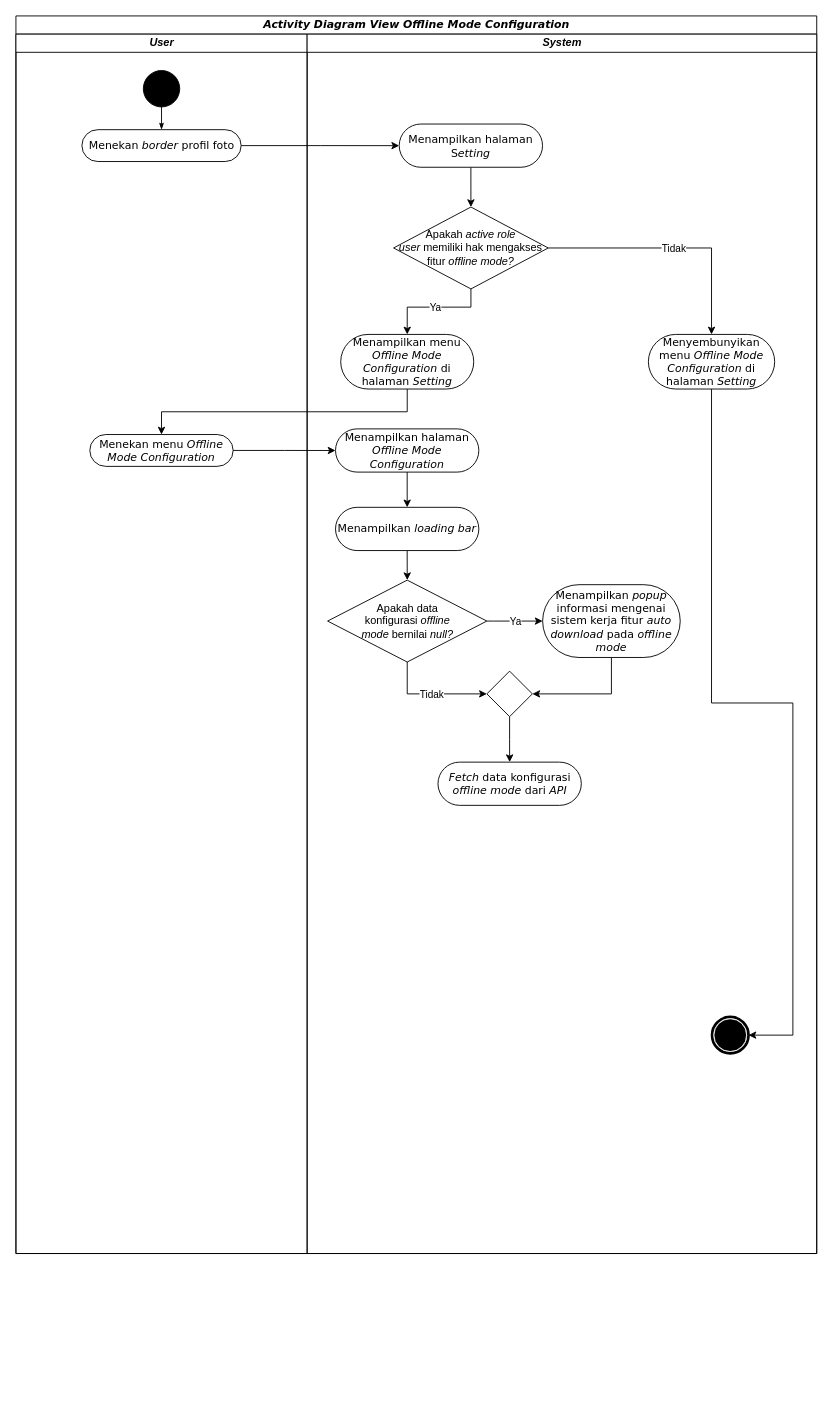
The draw.io diagram diagrams/06. view_offline_mode_config/Activity Diagram.drawio in angeliawidjaja/offline-mode-paper, before the edit. Source tidied: cells renumbered, new cells numbered last; positions are measured from the earlier drawing's top-left corner, leaving out a move shared by most shapes. Both pictures are drawn from the tidied source at 91%, with x=0, y=0 at pixel (15, 15).
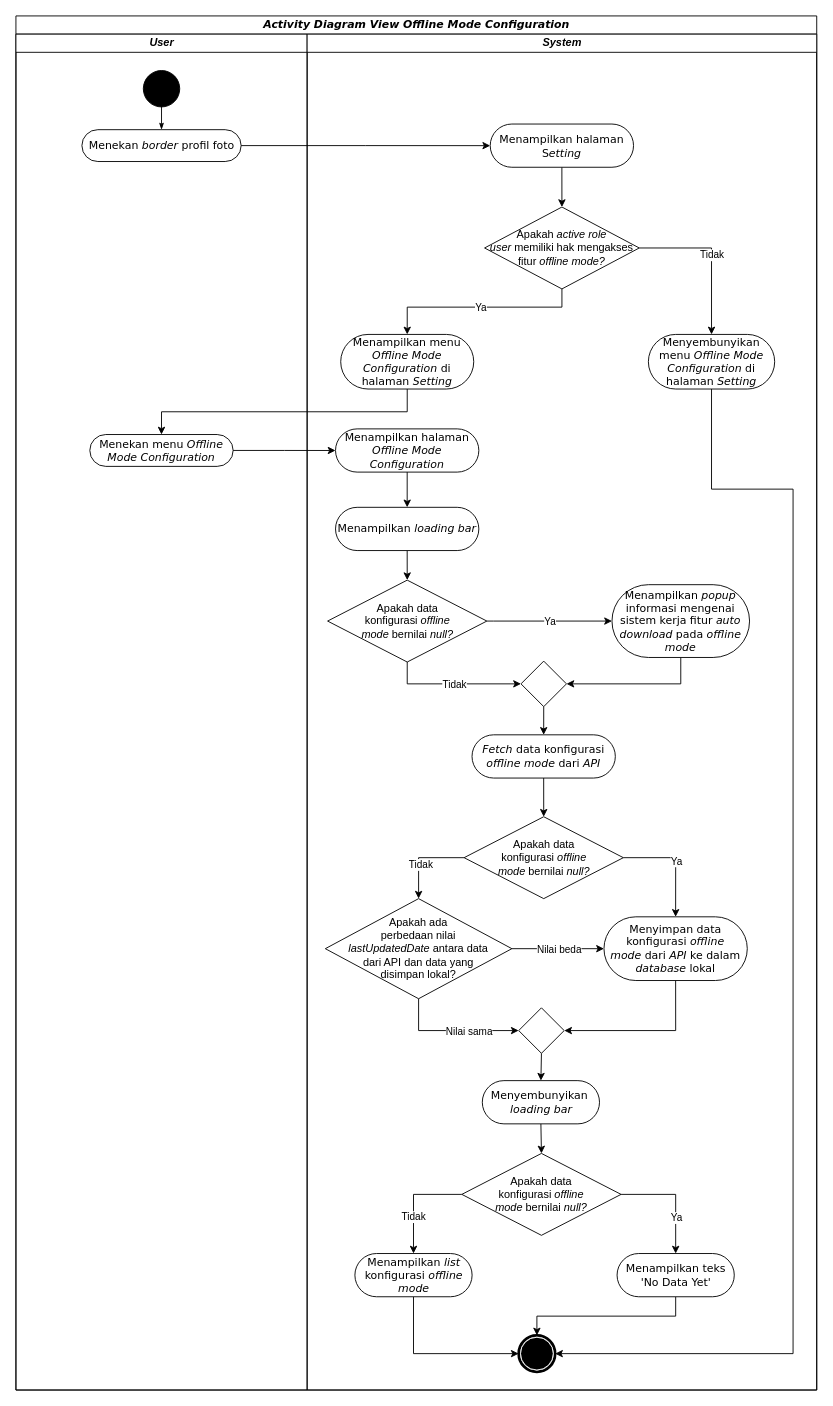
The same diagram, later.

The change refers to these unchanged cells:
```xml
<mxCell id="15" value="Menyembunyikan menu &lt;i&gt;Offline Mode Configuration &lt;/i&gt;di halaman &lt;i&gt;Setting&lt;/i&gt;" style="rounded=1;whiteSpace=wrap;html=1;shadow=0;comic=0;labelBackgroundColor=none;strokeWidth=1;fontFamily=Verdana;fontSize=12;align=center;arcSize=50;" parent="11" vertex="1">
  <mxGeometry x="375" y="330" width="138.8" height="60" as="geometry" />
</mxCell>
<mxCell id="20" value="Menampilkan menu &lt;i&gt;Offline Mode Configuration &lt;/i&gt;di halaman &lt;i&gt;Setting&lt;/i&gt;" style="rounded=1;whiteSpace=wrap;html=1;shadow=0;comic=0;labelBackgroundColor=none;strokeWidth=1;fontFamily=Verdana;fontSize=12;align=center;arcSize=50;" parent="11" vertex="1">
  <mxGeometry x="36.9" y="330" width="146.2" height="60" as="geometry" />
</mxCell>
<mxCell id="27" value="Apakah data &lt;br&gt;konfigurasi &lt;i&gt;offline &lt;br&gt;mode&lt;/i&gt;&amp;nbsp;bernilai &lt;i&gt;null?&lt;/i&gt;" style="rhombus;whiteSpace=wrap;html=1;" parent="11" vertex="1">
  <mxGeometry x="22.5" y="600" width="175" height="90" as="geometry" />
</mxCell>
```

What changed in the source:
```diff
@@
     <mxCell id="2" value="&lt;i&gt;Activity Diagram&lt;/i&gt;&amp;nbsp;&lt;i&gt;View Offline Mode Configuration&lt;/i&gt;" style="swimlane;html=1;startSize=20;rounded=0;shadow=0;comic=0;labelBackgroundColor=none;strokeWidth=1;fontFamily=Verdana;fontSize=12;align=center;" parent="1" vertex="1">
-      <mxGeometry width="880" height="1360" as="geometry" />
+      <mxGeometry width="880" height="1510" as="geometry" />
     </mxCell>
     <mxCell id="3" value="&lt;i&gt;User&lt;/i&gt;" style="swimlane;html=1;startSize=20;" parent="2" vertex="1">
-      <mxGeometry y="20" width="320" height="1340" as="geometry" />
+      <mxGeometry y="20" width="320" height="1490" as="geometry" />
     </mxCell>
@@
     <mxCell id="11" value="&lt;i&gt;System&lt;/i&gt;" style="swimlane;html=1;startSize=20;" parent="2" vertex="1">
-      <mxGeometry x="320" y="20" width="560" height="1340" as="geometry" />
+      <mxGeometry x="320" y="20" width="560" height="1490" as="geometry" />
     </mxCell>
     <mxCell id="12" style="shape=mxgraph.bpmn.shape;html=1;verticalLabelPosition=bottom;labelBackgroundColor=#ffffff;verticalAlign=top;perimeter=ellipsePerimeter;outline=end;symbol=terminate;rounded=0;shadow=0;comic=0;strokeWidth=1;fontFamily=Verdana;fontSize=12;align=center;" parent="11" vertex="1">
-      <mxGeometry x="445" y="1080" width="40" height="40" as="geometry" />
+      <mxGeometry x="232.5" y="1430" width="40" height="40" as="geometry" />
     </mxCell>
     <mxCell id="13" value="Apakah &lt;i&gt;active role user&lt;/i&gt;&amp;nbsp;memiliki hak mengakses fitur &lt;i&gt;offline mode?&lt;/i&gt;" style="rhombus;whiteSpace=wrap;html=1;" parent="11" vertex="1">
-      <mxGeometry x="95" y="190" width="170" height="90" as="geometry" />
+      <mxGeometry x="195" y="190" width="170" height="90" as="geometry" />
     </mxCell>
     <mxCell id="14" style="edgeStyle=orthogonalEdgeStyle;rounded=0;jettySize=auto;html=1;exitX=0.5;exitY=1;exitDx=0;exitDy=0;entryX=1;entryY=0.5;entryDx=0;entryDy=0;" parent="11" edge="1" source="15" target="12">
-      <mxGeometry relative="1" as="geometry" />
+      <mxGeometry relative="1" as="geometry">
+        <Array as="points">
+          <mxPoint x="444" y="500" />
+          <mxPoint x="534" y="500" />
+          <mxPoint x="534" y="1450" />
+        </Array>
+      </mxGeometry>
     </mxCell>
@@
     <mxCell id="16" style="endArrow=classic;html=1;rounded=0;exitX=0.5;exitY=1;exitDx=0;exitDy=0;edgeStyle=orthogonalEdgeStyle;entryX=0.5;entryY=0;entryDx=0;entryDy=0;" parent="11" edge="1" source="13" target="20">
       <mxGeometry relative="1" as="geometry">
         <Array as="points">
-          <mxPoint x="180" y="300" />
+          <mxPoint x="280" y="300" />
           <mxPoint x="110" y="300" />
         </Array>
       </mxGeometry>
     </mxCell>
@@
     <mxCell id="22" value="Menampilkan halaman S&lt;i&gt;etting&lt;/i&gt;" style="rounded=1;whiteSpace=wrap;html=1;shadow=0;comic=0;labelBackgroundColor=none;strokeWidth=1;fontFamily=Verdana;fontSize=12;align=center;arcSize=50;" parent="11" vertex="1">
-      <mxGeometry x="101.2" y="98.8" width="157.5" height="47.5" as="geometry" />
+      <mxGeometry x="201.2" y="98.8" width="157.5" height="47.5" as="geometry" />
     </mxCell>
@@
     <mxCell id="29" value="Menampilkan &lt;i&gt;popup &lt;/i&gt;informasi mengenai sistem kerja fitur &lt;i&gt;auto download &lt;/i&gt;pada &lt;i&gt;offline mode&lt;/i&gt;" style="rounded=1;whiteSpace=wrap;html=1;shadow=0;comic=0;labelBackgroundColor=none;strokeWidth=1;fontFamily=Verdana;fontSize=12;align=center;arcSize=50;" parent="11" vertex="1">
-      <mxGeometry x="258.8" y="605" width="151.2" height="80" as="geometry" />
+      <mxGeometry x="335" y="605" width="151.2" height="80" as="geometry" />
     </mxCell>
@@
+    <mxCell id="37" style="edgeStyle=orthogonalEdgeStyle;rounded=0;jettySize=auto;html=1;exitX=0.5;exitY=1;exitDx=0;exitDy=0;entryX=0.5;entryY=0;entryDx=0;entryDy=0;" parent="11" edge="1" source="32" target="38">
+      <mxGeometry relative="1" as="geometry" />
+    </mxCell>
     <mxCell id="32" value="&lt;i&gt;Fetch &lt;/i&gt;data konfigurasi &lt;i&gt;offline mode&lt;/i&gt;&amp;nbsp;dari &lt;i&gt;API&lt;/i&gt;" style="rounded=1;whiteSpace=wrap;html=1;shadow=0;comic=0;labelBackgroundColor=none;strokeWidth=1;fontFamily=Verdana;fontSize=12;align=center;arcSize=50;" parent="11" vertex="1">
-      <mxGeometry x="143.8" y="800" width="157.5" height="47.5" as="geometry" />
+      <mxGeometry x="181.2" y="770" width="157.5" height="47.5" as="geometry" />
     </mxCell>
     <mxCell id="33" style="endArrow=classic;html=1;rounded=0;exitX=0.5;exitY=1;exitDx=0;exitDy=0;edgeStyle=orthogonalEdgeStyle;entryX=0;entryY=0.5;entryDx=0;entryDy=0;" parent="11" edge="1" source="27" target="36">
       <mxGeometry relative="1" as="geometry">
         <Array as="points">
-          <mxPoint x="110" y="725" />
+          <mxPoint x="110" y="714" />
         </Array>
       </mxGeometry>
     </mxCell>
@@
     <mxCell id="36" style="rhombus;whiteSpace=wrap;html=1;" parent="11" vertex="1">
-      <mxGeometry x="197.5" y="700" width="50" height="50" as="geometry" />
+      <mxGeometry x="235" y="689" width="50" height="50" as="geometry" />
     </mxCell>
+    <mxCell id="38" value="Apakah data &lt;br&gt;konfigurasi &lt;i&gt;offline &lt;br&gt;mode &lt;/i&gt;bernilai &lt;i&gt;null?&lt;/i&gt;" style="rhombus;whiteSpace=wrap;html=1;" parent="11" vertex="1">
+      <mxGeometry x="172.5" y="860" width="175" height="90" as="geometry" />
+    </mxCell>
+    <mxCell id="39" style="endArrow=classic;html=1;rounded=0;exitX=0;exitY=0.5;exitDx=0;exitDy=0;edgeStyle=orthogonalEdgeStyle;entryX=0.5;entryY=0;entryDx=0;entryDy=0;" parent="11" edge="1" source="38" target="43">
+      <mxGeometry relative="1" as="geometry" />
+    </mxCell>
+    <mxCell id="40" value="Tidak" style="edgeLabel;html=1;align=center;verticalAlign=middle;" parent="39" vertex="1">
+      <mxGeometry relative="1" as="geometry">
+        <mxPoint y="7" as="offset" />
+      </mxGeometry>
+    </mxCell>
+    <mxCell id="41" style="endArrow=classic;html=1;rounded=0;exitX=1;exitY=0.5;exitDx=0;exitDy=0;edgeStyle=orthogonalEdgeStyle;entryX=0.5;entryY=0;entryDx=0;entryDy=0;" parent="11" edge="1" source="38" target="47">
+      <mxGeometry relative="1" as="geometry" />
+    </mxCell>
+    <mxCell id="42" value="Ya" style="edgeLabel;html=1;align=center;verticalAlign=middle;" parent="41" vertex="1">
+      <mxGeometry relative="1" as="geometry">
+        <mxPoint x="1" as="offset" />
+      </mxGeometry>
+    </mxCell>
+    <mxCell id="43" value="Apakah ada &lt;br&gt;perbedaan nilai &lt;i&gt;lastUpdatedDate&lt;/i&gt;&amp;nbsp;antara data &lt;br&gt;dari API dan data yang &lt;br&gt;disimpan lokal?" style="rhombus;whiteSpace=wrap;html=1;" parent="11" vertex="1">
+      <mxGeometry x="20" y="950" width="205" height="110" as="geometry" />
+    </mxCell>
+    <mxCell id="44" style="endArrow=classic;html=1;rounded=0;exitX=0.5;exitY=1;exitDx=0;exitDy=0;edgeStyle=orthogonalEdgeStyle;entryX=0;entryY=0.5;entryDx=0;entryDy=0;" parent="11" edge="1" source="43" target="51">
+      <mxGeometry relative="1" as="geometry" />
+    </mxCell>
+    <mxCell id="45" value="Nilai sama" style="edgeLabel;html=1;align=center;verticalAlign=middle;" parent="44" vertex="1">
+      <mxGeometry relative="1" as="geometry">
+        <mxPoint x="17" as="offset" />
+      </mxGeometry>
+    </mxCell>
+    <mxCell id="46" style="edgeStyle=orthogonalEdgeStyle;rounded=0;jettySize=auto;html=1;exitX=0.5;exitY=1;exitDx=0;exitDy=0;entryX=1;entryY=0.5;entryDx=0;entryDy=0;" parent="11" edge="1" source="47" target="51">
+      <mxGeometry relative="1" as="geometry" />
+    </mxCell>
+    <mxCell id="47" value="Menyimpan&amp;nbsp;data konfigurasi &lt;i&gt;offline mode&lt;/i&gt;&amp;nbsp;dari &lt;i&gt;API &lt;/i&gt;ke dalam &lt;i&gt;database &lt;/i&gt;lokal" style="rounded=1;whiteSpace=wrap;html=1;shadow=0;comic=0;labelBackgroundColor=none;strokeWidth=1;fontFamily=Verdana;fontSize=12;align=center;arcSize=50;" parent="11" vertex="1">
+      <mxGeometry x="326.2" y="970" width="157.5" height="70" as="geometry" />
+    </mxCell>
+    <mxCell id="48" style="endArrow=classic;html=1;rounded=0;exitX=1;exitY=0.5;exitDx=0;exitDy=0;edgeStyle=orthogonalEdgeStyle;entryX=0;entryY=0.5;entryDx=0;entryDy=0;" parent="11" edge="1" source="43" target="47">
+      <mxGeometry relative="1" as="geometry" />
+    </mxCell>
+    <mxCell id="49" value="Nilai beda" style="edgeLabel;html=1;align=center;verticalAlign=middle;" parent="48" vertex="1">
+      <mxGeometry relative="1" as="geometry" />
+    </mxCell>
+    <mxCell id="50" style="edgeStyle=orthogonalEdgeStyle;rounded=0;jettySize=auto;html=1;exitX=0.5;exitY=1;exitDx=0;exitDy=0;entryX=0.5;entryY=0;entryDx=0;entryDy=0;" parent="11" edge="1" source="51" target="53">
+      <mxGeometry relative="1" as="geometry" />
+    </mxCell>
+    <mxCell id="51" style="rhombus;whiteSpace=wrap;html=1;" parent="11" vertex="1">
+      <mxGeometry x="232.5" y="1070" width="50" height="50" as="geometry" />
+    </mxCell>
+    <mxCell id="52" style="edgeStyle=orthogonalEdgeStyle;rounded=0;jettySize=auto;html=1;exitX=0.5;exitY=1;exitDx=0;exitDy=0;entryX=0.5;entryY=0;entryDx=0;entryDy=0;" parent="11" edge="1" source="53" target="54">
+      <mxGeometry relative="1" as="geometry" />
+    </mxCell>
+    <mxCell id="53" value="Menyembunyikan&amp;nbsp;&lt;br&gt;&lt;i&gt;loading bar&lt;/i&gt;" style="rounded=1;whiteSpace=wrap;html=1;shadow=0;comic=0;labelBackgroundColor=none;strokeWidth=1;fontFamily=Verdana;fontSize=12;align=center;arcSize=50;" parent="11" vertex="1">
+      <mxGeometry x="192.5" y="1150" width="128.8" height="47.5" as="geometry" />
+    </mxCell>
+    <mxCell id="54" value="Apakah data &lt;br&gt;konfigurasi &lt;i&gt;offline &lt;br&gt;mode &lt;/i&gt;bernilai &lt;i&gt;null?&lt;/i&gt;" style="rhombus;whiteSpace=wrap;html=1;" parent="11" vertex="1">
+      <mxGeometry x="170" y="1230" width="175" height="90" as="geometry" />
+    </mxCell>
+    <mxCell id="55" style="edgeStyle=orthogonalEdgeStyle;rounded=0;jettySize=auto;html=1;exitX=0.5;exitY=1;exitDx=0;exitDy=0;entryX=0;entryY=0.5;entryDx=0;entryDy=0;" parent="11" edge="1" source="56" target="12">
+      <mxGeometry relative="1" as="geometry" />
+    </mxCell>
+    <mxCell id="56" value="Menampilkan &lt;i&gt;list &lt;/i&gt;konfigurasi &lt;i&gt;offline mode&lt;/i&gt;" style="rounded=1;whiteSpace=wrap;html=1;shadow=0;comic=0;labelBackgroundColor=none;strokeWidth=1;fontFamily=Verdana;fontSize=12;align=center;arcSize=50;" parent="11" vertex="1">
+      <mxGeometry x="52.5" y="1340" width="128.8" height="47.5" as="geometry" />
+    </mxCell>
+    <mxCell id="57" style="edgeStyle=orthogonalEdgeStyle;rounded=0;jettySize=auto;html=1;exitX=0.5;exitY=1;exitDx=0;exitDy=0;entryX=0.5;entryY=0;entryDx=0;entryDy=0;" parent="11" edge="1" source="58" target="12">
+      <mxGeometry relative="1" as="geometry" />
+    </mxCell>
+    <mxCell id="58" value="Menampilkan teks 'No Data Yet'" style="rounded=1;whiteSpace=wrap;html=1;shadow=0;comic=0;labelBackgroundColor=none;strokeWidth=1;fontFamily=Verdana;fontSize=12;align=center;arcSize=50;" parent="11" vertex="1">
+      <mxGeometry x="340.6" y="1340" width="128.8" height="47.5" as="geometry" />
+    </mxCell>
+    <mxCell id="59" style="endArrow=classic;html=1;rounded=0;exitX=1;exitY=0.5;exitDx=0;exitDy=0;edgeStyle=orthogonalEdgeStyle;entryX=0.5;entryY=0;entryDx=0;entryDy=0;" parent="11" edge="1" source="54" target="58">
+      <mxGeometry relative="1" as="geometry" />
+    </mxCell>
+    <mxCell id="60" value="Ya" style="edgeLabel;html=1;align=center;verticalAlign=middle;" parent="59" vertex="1">
+      <mxGeometry relative="1" as="geometry">
+        <mxPoint y="22" as="offset" />
+      </mxGeometry>
+    </mxCell>
+    <mxCell id="61" style="endArrow=classic;html=1;rounded=0;exitX=0;exitY=0.5;exitDx=0;exitDy=0;edgeStyle=orthogonalEdgeStyle;entryX=0.5;entryY=0;entryDx=0;entryDy=0;" parent="11" edge="1" source="54" target="56">
+      <mxGeometry relative="1" as="geometry" />
+    </mxCell>
+    <mxCell id="62" value="Tidak" style="edgeLabel;html=1;align=center;verticalAlign=middle;" parent="61" vertex="1">
+      <mxGeometry relative="1" as="geometry">
+        <mxPoint y="19" as="offset" />
+      </mxGeometry>
+    </mxCell>
```
